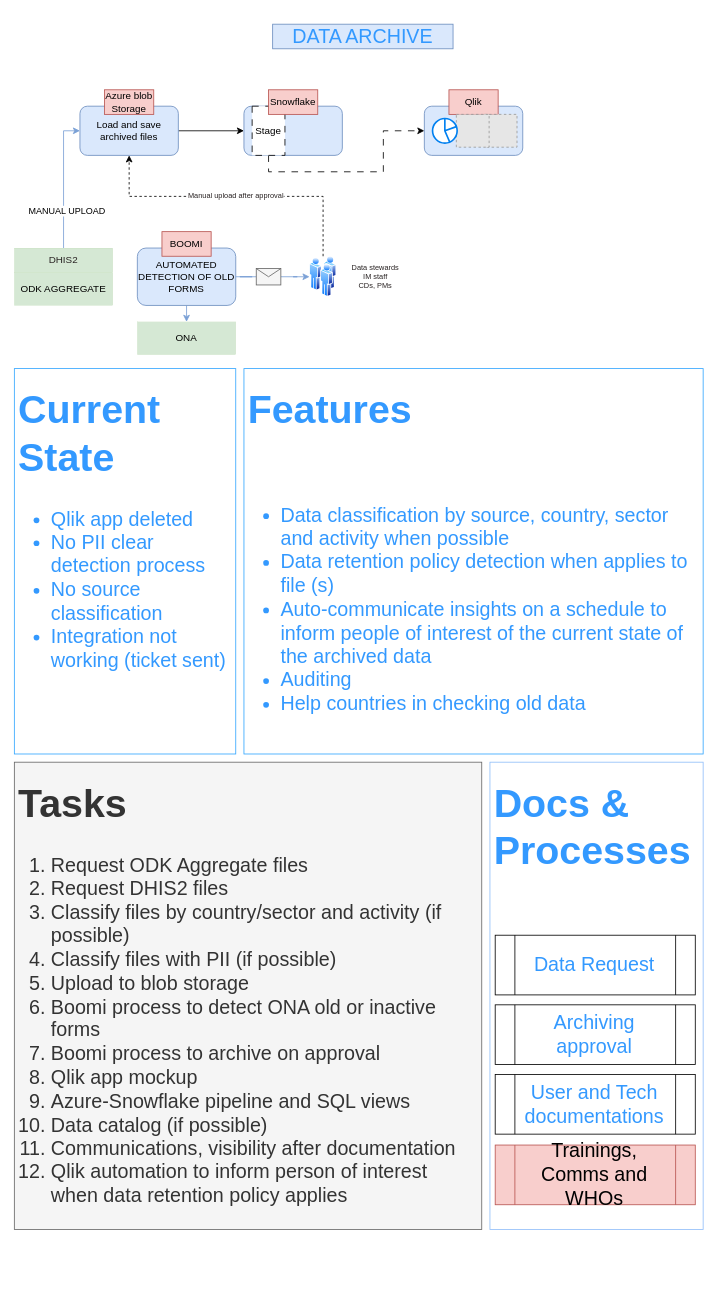
Medair/drawio keeps this draw.io diagram as Archives.drawio. Above is the earlier version. Source tidied: cells renumbered, new cells numbered last; positions are measured from the earlier drawing's top-left corner, leaving out a move shared by most shapes. Both pictures are drawn from the tidied source at 82%, with x=0, y=0 at pixel (14, 24). Pictures stored in the file or linked from it are replaced by grey dashed boxes.
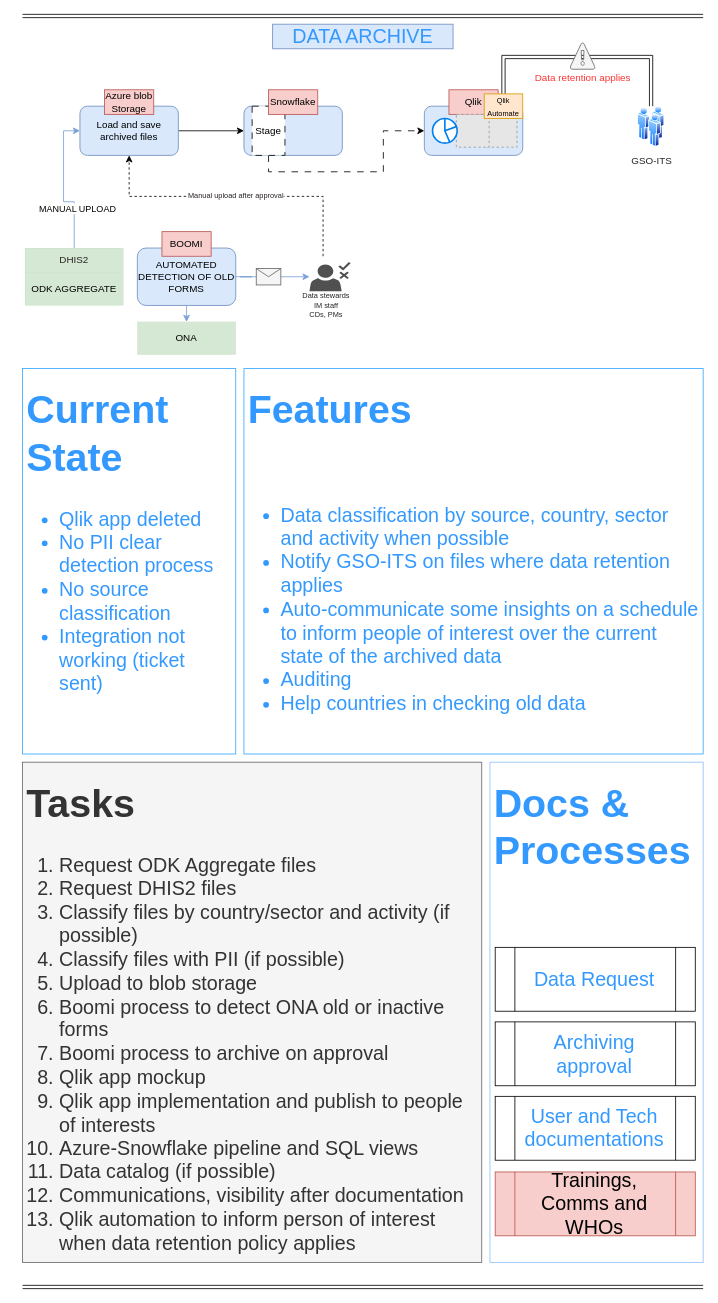
Above is the later version.

The change refers to these unchanged cells:
```xml
<mxCell id="3" value="Load and save archived files" style="rounded=1;whiteSpace=wrap;html=1;fillColor=#dae8fc;strokeColor=#6c8ebf;" parent="1" vertex="1">
  <mxGeometry x="80" y="100" width="120" height="60" as="geometry" />
</mxCell>
<mxCell id="24" style="verticalLabelPosition=bottom;shadow=0;dashed=0;align=center;html=1;verticalAlign=top;strokeWidth=1;shape=mxgraph.mockup.misc.mail2;strokeColor=#666666;fontColor=#333333;fillColor=#f5f5f5;" parent="1" vertex="1">
  <mxGeometry x="295" y="298" width="30" height="20" as="geometry" />
</mxCell>
```

Change to the diagram source:
```diff
@@
     <mxCell id="16" value="&lt;font color=&quot;#292323&quot;&gt;DHIS2&lt;/font&gt;" style="rounded=0;whiteSpace=wrap;html=1;fillColor=#d5e8d4;strokeColor=#82b366;strokeWidth=0;" parent="1" vertex="1">
-      <mxGeometry y="273" width="120" height="30" as="geometry" />
+      <mxGeometry x="13" y="273" width="120" height="30" as="geometry" />
     </mxCell>
     <mxCell id="17" value="ODK AGGREGATE" style="rounded=0;whiteSpace=wrap;html=1;fillColor=#d5e8d4;strokeColor=#82b366;strokeWidth=0;" parent="1" vertex="1">
-      <mxGeometry y="303" width="120" height="40" as="geometry" />
+      <mxGeometry x="13" y="303" width="120" height="40" as="geometry" />
     </mxCell>
@@
-    <mxCell id="23" style="edgeStyle=orthogonalEdgeStyle;rounded=0;jettySize=auto;html=1;entryX=0;entryY=0.5;entryDx=0;entryDy=0;strokeColor=#7AA0D6;fontSize=9;fontColor=#292323;" parent="1" edge="1" source="24" target="26">
-      <mxGeometry relative="1" as="geometry" />
+    <mxCell id="23" style="edgeStyle=orthogonalEdgeStyle;rounded=0;jettySize=auto;html=1;entryX=0;entryY=0.5;entryDx=0;entryDy=0;strokeColor=#7AA0D6;fontSize=9;fontColor=#292323;" parent="1" edge="1" source="24">
+      <mxGeometry relative="1" as="geometry">
+        <mxPoint x="360" y="308" as="targetPoint" />
+      </mxGeometry>
     </mxCell>
@@
-    <mxCell id="25" value="Manual upload after approval" style="edgeStyle=orthogonalEdgeStyle;rounded=0;jettySize=auto;html=1;dashed=1;strokeColor=#000000;fontSize=9;fontColor=#292323;entryX=0.5;entryY=1;entryDx=0;entryDy=0;" parent="1" edge="1" source="26" target="3">
+    <mxCell id="25" value="Manual upload after approval" style="edgeStyle=orthogonalEdgeStyle;rounded=0;jettySize=auto;html=1;dashed=1;strokeColor=#000000;fontSize=9;fontColor=#292323;entryX=0.5;entryY=1;entryDx=0;entryDy=0;" parent="1" edge="1" target="3">
       <mxGeometry relative="1" as="geometry">
+        <mxPoint x="376.5" y="283" as="sourcePoint" />
         <Array as="points">
           <mxPoint x="377" y="210" />
           <mxPoint x="140" y="210" />
         </Array>
       </mxGeometry>
     </mxCell>
-    <mxCell id="26" style="perimeter=ellipsePerimeter;html=1;align=center;shadow=0;dashed=0;spacingTop=3;image;image=img/lib/active_directory/users.svg;strokeColor=#FFFFFF;strokeWidth=0;fontColor=#292323;fillColor=#90BEF9;" parent="1" vertex="1">
-      <mxGeometry x="360" y="283" width="33" height="50" as="geometry" />
-    </mxCell>
     <mxCell id="27" value="Data stewards&lt;br&gt;IM staff&lt;br&gt;CDs, PMs" style="text;html=1;align=center;verticalAlign=middle;strokeColor=none;fillColor=none;fontSize=9;fontColor=#292323;" parent="1" vertex="1">
-      <mxGeometry x="400" y="283" width="80" height="50" as="geometry" />
+      <mxGeometry x="340" y="318" width="80" height="50" as="geometry" />
     </mxCell>
@@
     <mxCell id="29" value="&lt;h1&gt;Current State&lt;/h1&gt;&lt;div&gt;&lt;ul&gt;&lt;li&gt;Qlik app deleted&lt;/li&gt;&lt;li&gt;No PII clear detection process&lt;/li&gt;&lt;li&gt;No source classification&lt;/li&gt;&lt;li&gt;Integration not working (ticket sent)&lt;/li&gt;&lt;/ul&gt;&lt;/div&gt;" style="text;html=1;strokeColor=#33a6ff;fillColor=none;spacing=5;spacingTop=-20;whiteSpace=wrap;overflow=hidden;rounded=0;fontSize=24;fontColor=#3399FF;" parent="1" vertex="1">
-      <mxGeometry y="420" width="270" height="470" as="geometry" />
+      <mxGeometry x="10" y="420" width="260" height="470" as="geometry" />
     </mxCell>
-    <mxCell id="30" value="&lt;h1&gt;Tasks&lt;/h1&gt;&lt;div&gt;&lt;ol&gt;&lt;li&gt;Request ODK Aggregate files&lt;/li&gt;&lt;li&gt;Request DHIS2 files&lt;/li&gt;&lt;li&gt;Classify files by country/sector and activity (if possible)&lt;/li&gt;&lt;li&gt;Classify files with PII (if possible)&lt;/li&gt;&lt;li&gt;Upload to blob storage&lt;/li&gt;&lt;li&gt;Boomi process to detect ONA old or inactive forms&lt;/li&gt;&lt;li&gt;Boomi process to archive on approval&lt;/li&gt;&lt;li&gt;Qlik app mockup&lt;/li&gt;&lt;li&gt;Azure-Snowflake pipeline and SQL views&lt;/li&gt;&lt;li&gt;Data catalog (if possible)&lt;/li&gt;&lt;li&gt;Communications, visibility after documentation&lt;/li&gt;&lt;li&gt;Qlik automation to inform person of interest when data retention policy applies&lt;/li&gt;&lt;/ol&gt;&lt;/div&gt;" style="text;html=1;strokeColor=#666666;fillColor=#f5f5f5;spacing=5;spacingTop=-20;whiteSpace=wrap;overflow=hidden;rounded=0;fontSize=24;fontColor=#333333;" parent="1" vertex="1">
-      <mxGeometry y="900" width="570" height="570" as="geometry" />
+    <mxCell id="30" value="&lt;h1&gt;Tasks&lt;/h1&gt;&lt;div&gt;&lt;ol&gt;&lt;li&gt;Request ODK Aggregate files&lt;/li&gt;&lt;li&gt;Request DHIS2 files&lt;/li&gt;&lt;li&gt;Classify files by country/sector and activity (if possible)&lt;/li&gt;&lt;li&gt;Classify files with PII (if possible)&lt;/li&gt;&lt;li&gt;Upload to blob storage&lt;/li&gt;&lt;li&gt;Boomi process to detect ONA old or inactive forms&lt;/li&gt;&lt;li&gt;Boomi process to archive on approval&lt;/li&gt;&lt;li&gt;Qlik app mockup&lt;/li&gt;&lt;li&gt;Qlik app implementation and publish to people of interests&lt;/li&gt;&lt;li&gt;Azure-Snowflake pipeline and SQL views&lt;/li&gt;&lt;li&gt;Data catalog (if possible)&lt;/li&gt;&lt;li&gt;Communications, visibility after documentation&lt;/li&gt;&lt;li&gt;Qlik automation to inform person of interest when data retention policy applies&lt;/li&gt;&lt;/ol&gt;&lt;/div&gt;" style="text;html=1;strokeColor=#666666;fillColor=#f5f5f5;spacing=5;spacingTop=-20;whiteSpace=wrap;overflow=hidden;rounded=0;fontSize=24;fontColor=#333333;" parent="1" vertex="1">
+      <mxGeometry x="10" y="900" width="560" height="610" as="geometry" />
     </mxCell>
     <mxCell id="31" style="group;" parent="1" vertex="1">
-      <mxGeometry x="580" y="900" width="260" height="570" as="geometry" />
+      <mxGeometry x="580" y="900" width="260" height="610" as="geometry" />
     </mxCell>
     <mxCell id="32" style="group;strokeColor=#90BEF9;" parent="31" vertex="1">
-      <mxGeometry width="260" height="570" as="geometry" />
+      <mxGeometry width="260" height="610" as="geometry" />
     </mxCell>
     <mxCell id="33" value="&lt;h1&gt;Docs &amp;amp; Processes&lt;/h1&gt;" style="text;html=1;strokeColor=none;fillColor=none;spacing=5;spacingTop=-20;whiteSpace=wrap;overflow=hidden;rounded=0;fontSize=24;fontColor=#3399FF;" parent="31" vertex="1">
-      <mxGeometry width="260" height="181.9" as="geometry" />
+      <mxGeometry width="260" height="194.7" as="geometry" />
     </mxCell>
     <mxCell id="34" value="Data Request" style="shape=process;whiteSpace=wrap;html=1;backgroundOutline=1;strokeColor=default;fontSize=24;fontColor=#3399FF;" parent="31" vertex="1">
-      <mxGeometry x="6.4" y="211" width="244" height="72.8" as="geometry" />
+      <mxGeometry x="6.4" y="225.8" width="244" height="77.9" as="geometry" />
     </mxCell>
     <mxCell id="35" value="Archiving approval" style="shape=process;whiteSpace=wrap;html=1;backgroundOutline=1;strokeColor=default;fontSize=24;fontColor=#3399FF;" parent="31" vertex="1">
-      <mxGeometry x="6.4" y="295.9" width="244" height="72.8" as="geometry" />
+      <mxGeometry x="6.4" y="316.7" width="244" height="77.9" as="geometry" />
     </mxCell>
     <mxCell id="36" value="User and Tech documentations" style="shape=process;whiteSpace=wrap;html=1;backgroundOutline=1;strokeColor=default;fontSize=24;fontColor=#3399FF;" parent="31" vertex="1">
-      <mxGeometry x="6.4" y="380.8" width="244" height="72.8" as="geometry" />
+      <mxGeometry x="6.4" y="407.5" width="244" height="77.9" as="geometry" />
     </mxCell>
     <mxCell id="37" value="Trainings, Comms and WHOs" style="shape=process;whiteSpace=wrap;html=1;backgroundOutline=1;strokeColor=#b85450;fontSize=24;fillColor=#f8cecc;" parent="31" vertex="1">
-      <mxGeometry x="6.4" y="466.9" width="244" height="72.8" as="geometry" />
+      <mxGeometry x="6.4" y="499.7" width="244" height="77.9" as="geometry" />
     </mxCell>
-    <mxCell id="38" value="&lt;h1&gt;Features&lt;/h1&gt;&lt;div&gt;&lt;br&gt;&lt;/div&gt;&lt;div&gt;&lt;ul&gt;&lt;li&gt;Data classification by source, country, sector and activity when possible&lt;/li&gt;&lt;li&gt;Data retention policy detection when applies to file (s)&lt;/li&gt;&lt;li&gt;Auto-communicate insights on a schedule to inform people of interest of the current state of the archived data&lt;/li&gt;&lt;li&gt;Auditing&lt;/li&gt;&lt;li&gt;Help countries in checking old data&lt;/li&gt;&lt;/ul&gt;&lt;/div&gt;" style="text;html=1;strokeColor=#33a6ff;fillColor=none;spacing=5;spacingTop=-20;whiteSpace=wrap;overflow=hidden;rounded=0;fontSize=24;fontColor=#3399FF;" parent="1" vertex="1">
+    <mxCell id="38" value="&lt;h1&gt;Features&lt;/h1&gt;&lt;div&gt;&lt;br&gt;&lt;/div&gt;&lt;div&gt;&lt;ul&gt;&lt;li&gt;Data classification by source, country, sector and activity when possible&lt;/li&gt;&lt;li&gt;Notify GSO-ITS on files where data retention applies&lt;/li&gt;&lt;li&gt;Auto-communicate some insights on a schedule to inform people of interest over the current state of the archived data&lt;/li&gt;&lt;li&gt;Auditing&lt;/li&gt;&lt;li&gt;Help countries in checking old data&lt;/li&gt;&lt;/ul&gt;&lt;/div&gt;" style="text;html=1;strokeColor=#33a6ff;fillColor=none;spacing=5;spacingTop=-20;whiteSpace=wrap;overflow=hidden;rounded=0;fontSize=24;fontColor=#3399FF;" parent="1" vertex="1">
       <mxGeometry x="280" y="420" width="560" height="470" as="geometry" />
     </mxCell>
+    <mxCell id="39" style="sketch=0;shadow=0;dashed=0;html=1;strokeColor=none;fillColor=#505050;labelPosition=center;verticalLabelPosition=bottom;verticalAlign=top;align=center;shape=mxgraph.office.users.approver;fontSize=17;fontColor=#FF3333;" parent="1" vertex="1">
+      <mxGeometry x="360" y="290.2" width="50" height="35.5" as="geometry" />
+    </mxCell>
+    <mxCell id="40" value="GSO-ITS" style="perimeter=ellipsePerimeter;html=1;align=center;shadow=0;dashed=0;spacingTop=3;image;image=img/lib/active_directory/users.svg;strokeColor=#FFFFFF;strokeWidth=0;fontColor=#292323;fillColor=#90BEF9;" parent="1" vertex="1">
+      <mxGeometry x="760" y="100" width="33" height="50" as="geometry" />
+    </mxCell>
+    <mxCell id="41" value="&lt;font style=&quot;font-size: 12px;&quot;&gt;Data retention applies&lt;/font&gt;" style="text;html=1;align=center;verticalAlign=middle;strokeColor=none;fillColor=none;fontSize=17;fontColor=#FF3333;" parent="1" vertex="1">
+      <mxGeometry x="623" y="50" width="140" height="30" as="geometry" />
+    </mxCell>
+    <mxCell id="42" style="edgeStyle=orthogonalEdgeStyle;shape=link;rounded=0;jettySize=auto;html=1;entryX=0.5;entryY=0;entryDx=0;entryDy=0;fontSize=9;fontColor=#FF3333;" parent="1" edge="1" source="43" target="40">
+      <mxGeometry relative="1" as="geometry">
+        <Array as="points">
+          <mxPoint x="597" y="40" />
+          <mxPoint x="777" y="40" />
+        </Array>
+      </mxGeometry>
+    </mxCell>
+    <mxCell id="43" value="&lt;font style=&quot;font-size: 9px;&quot;&gt;Qlik Automate&lt;/font&gt;" style="text;html=1;strokeColor=#d79b00;fillColor=#ffe6cc;align=center;verticalAlign=middle;whiteSpace=wrap;rounded=0;" parent="1" vertex="1">
+      <mxGeometry x="573" y="85" width="47" height="30" as="geometry" />
+    </mxCell>
+    <mxCell id="44" style="verticalLabelPosition=bottom;html=1;verticalAlign=top;align=center;strokeColor=#666666;fillColor=#f5f5f5;shape=mxgraph.azure.azure_alert;fontSize=17;fontColor=#333333;" parent="1" vertex="1">
+      <mxGeometry x="678" y="23" width="30" height="32" as="geometry" />
+    </mxCell>
+    <mxCell id="45" style="edgeStyle=none;orthogonalLoop=1;jettySize=auto;html=1;rounded=0;fontSize=12;fontColor=#FF3333;shape=link;" parent="1" edge="1">
+      <mxGeometry relative="1" as="geometry">
+        <mxPoint x="10" y="1540" as="sourcePoint" />
+        <mxPoint x="840" y="1540" as="targetPoint" />
+      </mxGeometry>
+    </mxCell>
+    <mxCell id="46" style="edgeStyle=none;orthogonalLoop=1;jettySize=auto;html=1;rounded=0;fontSize=12;fontColor=#FF3333;shape=link;" parent="1" edge="1">
+      <mxGeometry relative="1" as="geometry">
+        <mxPoint x="10" y="-10" as="sourcePoint" />
+        <mxPoint x="840" y="-10" as="targetPoint" />
+      </mxGeometry>
+    </mxCell>
```
